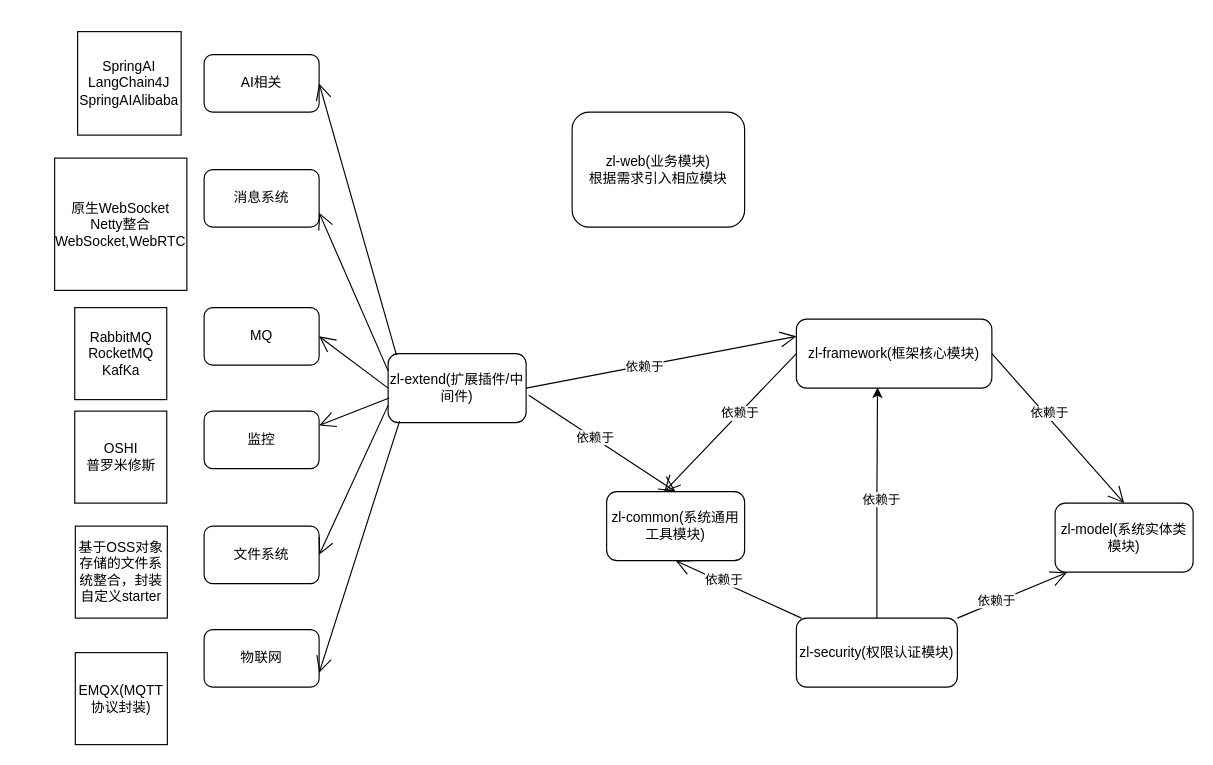
The draw.io diagram doc/依赖关系.drawio in basic-framework/web-backend, before the edit. Source tidied: cells renumbered, new cells numbered last; positions are measured from the earlier drawing's top-left corner, leaving out a move shared by most shapes. Both pictures are drawn from the tidied source at 115%, with x=0, y=0 at pixel (54, 31).
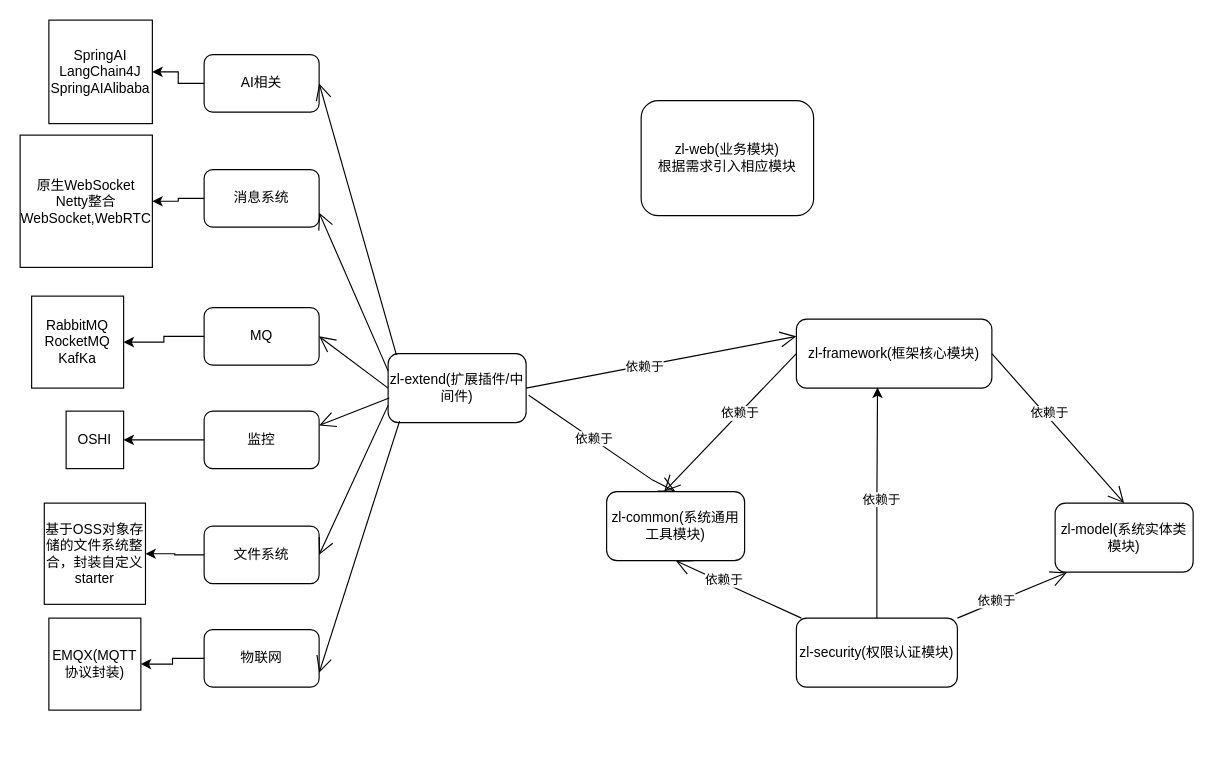
Above is the later version.

The change refers to these unchanged cells:
```xml
<mxCell id="17" value="zl-extend(扩展插件/中间件)" style="rounded=1;whiteSpace=wrap;html=1;" parent="1" vertex="1">
  <mxGeometry x="290" y="280" width="120" height="60" as="geometry" />
</mxCell>
<mxCell id="22" value="AI相关" style="rounded=1;whiteSpace=wrap;html=1;" parent="1" vertex="1">
  <mxGeometry x="130" y="20" width="100" height="50" as="geometry" />
</mxCell>
<mxCell id="23" value="消息系统" style="rounded=1;whiteSpace=wrap;html=1;" parent="1" vertex="1">
  <mxGeometry x="130" y="120" width="100" height="50" as="geometry" />
</mxCell>
<mxCell id="24" value="MQ" style="rounded=1;whiteSpace=wrap;html=1;" parent="1" vertex="1">
  <mxGeometry x="130" y="240" width="100" height="50" as="geometry" />
</mxCell>
<mxCell id="25" value="监控" style="rounded=1;whiteSpace=wrap;html=1;" parent="1" vertex="1">
  <mxGeometry x="130" y="330" width="100" height="50" as="geometry" />
</mxCell>
<mxCell id="26" value="物联网" style="rounded=1;whiteSpace=wrap;html=1;" parent="1" vertex="1">
  <mxGeometry x="130" y="520" width="100" height="50" as="geometry" />
</mxCell>
<mxCell id="27" value="文件系统" style="rounded=1;whiteSpace=wrap;html=1;" parent="1" vertex="1">
  <mxGeometry x="130" y="430" width="100" height="50" as="geometry" />
</mxCell>
```

The edit, as a diff of the source:
```diff
@@
     <mxCell id="2" value="zl-web(业务模块)&lt;br&gt;根据需求引入相应模块" style="rounded=1;whiteSpace=wrap;html=1;" parent="1" vertex="1">
-      <mxGeometry x="450" y="70" width="150" height="100" as="geometry" />
+      <mxGeometry x="510" y="60" width="150" height="100" as="geometry" />
     </mxCell>
@@
     <mxCell id="20" style="endArrow=open;endFill=1;endSize=12;html=1;rounded=0;exitX=1.019;exitY=0.604;exitDx=0;exitDy=0;exitPerimeter=0;" parent="1" edge="1" source="17">
       <mxGeometry relative="1" as="geometry">
         <mxPoint x="540" y="400" as="targetPoint" />
+        <Array as="points">
+          <mxPoint x="520" y="390" />
+        </Array>
       </mxGeometry>
     </mxCell>
@@
+    <mxCell id="40" style="edgeStyle=orthogonalEdgeStyle;rounded=0;jettySize=auto;html=1;entryX=1;entryY=0.5;entryDx=0;entryDy=0;" parent="1" edge="1" source="22" target="34">
+      <mxGeometry relative="1" as="geometry" />
+    </mxCell>
@@
+    <mxCell id="41" style="edgeStyle=orthogonalEdgeStyle;rounded=0;jettySize=auto;html=1;entryX=1;entryY=0.5;entryDx=0;entryDy=0;" parent="1" edge="1" source="23" target="35">
+      <mxGeometry relative="1" as="geometry" />
+    </mxCell>
@@
+    <mxCell id="42" style="edgeStyle=orthogonalEdgeStyle;rounded=0;jettySize=auto;html=1;entryX=1;entryY=0.5;entryDx=0;entryDy=0;" parent="1" edge="1" source="24" target="36">
+      <mxGeometry relative="1" as="geometry" />
+    </mxCell>
@@
+    <mxCell id="43" style="edgeStyle=orthogonalEdgeStyle;rounded=0;jettySize=auto;html=1;entryX=1;entryY=0.5;entryDx=0;entryDy=0;" parent="1" edge="1" source="25" target="37">
+      <mxGeometry relative="1" as="geometry" />
+    </mxCell>
@@
+    <mxCell id="44" style="edgeStyle=orthogonalEdgeStyle;rounded=0;jettySize=auto;html=1;entryX=1;entryY=0.5;entryDx=0;entryDy=0;" parent="1" edge="1" source="26" target="39">
+      <mxGeometry relative="1" as="geometry" />
+    </mxCell>
@@
+    <mxCell id="45" style="edgeStyle=orthogonalEdgeStyle;rounded=0;jettySize=auto;html=1;" parent="1" edge="1" source="27" target="38">
+      <mxGeometry relative="1" as="geometry" />
+    </mxCell>
@@
     <mxCell id="34" value="SpringAI&lt;br&gt;LangChain4J&lt;br&gt;SpringAIAlibaba" style="whiteSpace=wrap;html=1;" parent="1" vertex="1">
-      <mxGeometry x="20" width="90" height="90" as="geometry" />
+      <mxGeometry x="-5" y="-10" width="90" height="90" as="geometry" />
     </mxCell>
     <mxCell id="35" value="原生WebSocket&lt;br&gt;Netty整合WebSocket,WebRTC" style="whiteSpace=wrap;html=1;" parent="1" vertex="1">
-      <mxGeometry y="110" width="115" height="115" as="geometry" />
+      <mxGeometry x="-30" y="90" width="115" height="115" as="geometry" />
     </mxCell>
     <mxCell id="36" value="RabbitMQ&lt;br&gt;RocketMQ&lt;br&gt;KafKa" style="whiteSpace=wrap;html=1;" parent="1" vertex="1">
-      <mxGeometry x="17.5" y="240" width="80" height="80" as="geometry" />
+      <mxGeometry x="-20" y="230" width="80" height="80" as="geometry" />
     </mxCell>
-    <mxCell id="37" value="OSHI&lt;br&gt;普罗米修斯" style="whiteSpace=wrap;html=1;" parent="1" vertex="1">
-      <mxGeometry x="17.5" y="330" width="80" height="80" as="geometry" />
+    <mxCell id="37" value="OSHI&lt;br&gt;" style="whiteSpace=wrap;html=1;" parent="1" vertex="1">
+      <mxGeometry x="10" y="330" width="50" height="50" as="geometry" />
     </mxCell>
     <mxCell id="38" value="基于OSS对象存储的文件系统整合，封装自定义starter" style="whiteSpace=wrap;html=1;" parent="1" vertex="1">
-      <mxGeometry x="18" y="430" width="80" height="80" as="geometry" />
+      <mxGeometry x="-9" y="410" width="88" height="88" as="geometry" />
     </mxCell>
     <mxCell id="39" value="EMQX(MQTT协议封装)" style="whiteSpace=wrap;html=1;" parent="1" vertex="1">
-      <mxGeometry x="18" y="540" width="80" height="80" as="geometry" />
+      <mxGeometry x="-5" y="510" width="80" height="80" as="geometry" />
     </mxCell>
```
